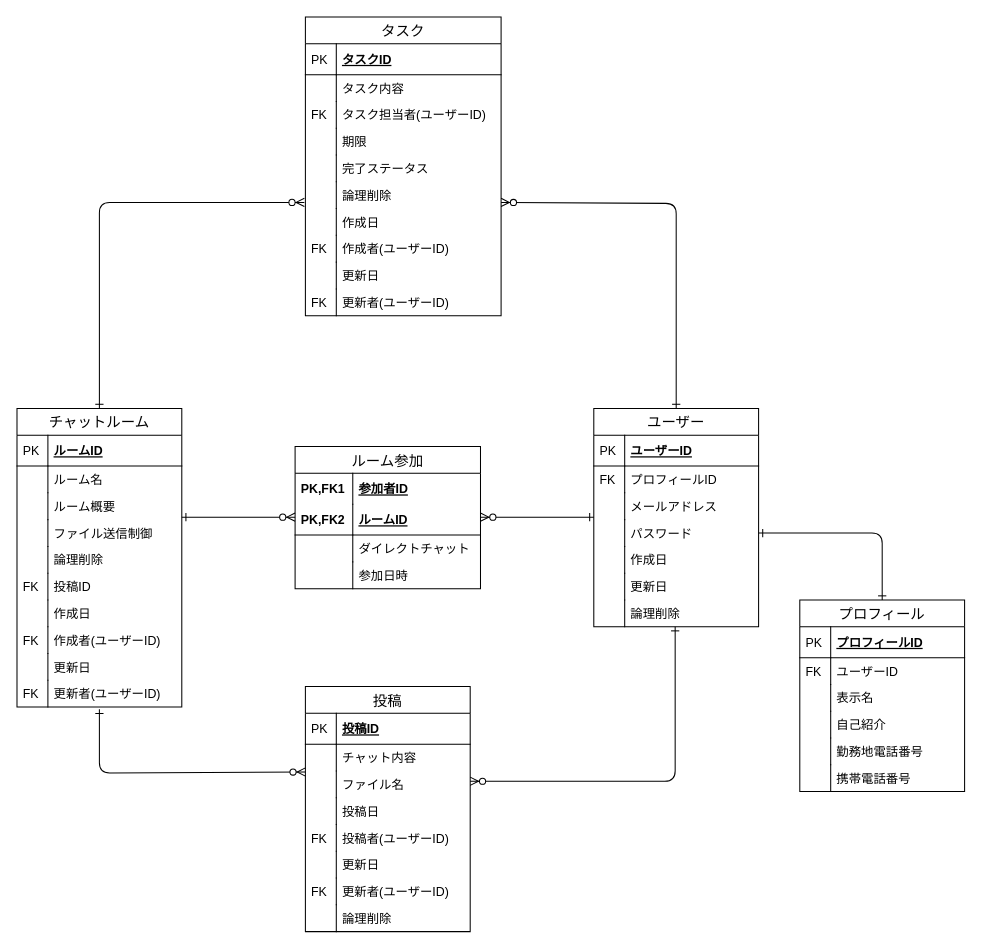
Above: db/db-challenge1/er.drawio in oyoyo55/quelcode-db (draw.io), before the change. Source tidied: cells renumbered, new cells numbered last; positions are measured from the earlier drawing's top-left corner, leaving out a move shared by most shapes. Both pictures are drawn from the tidied source at 103%, with x=0, y=0 at pixel (16, 16).
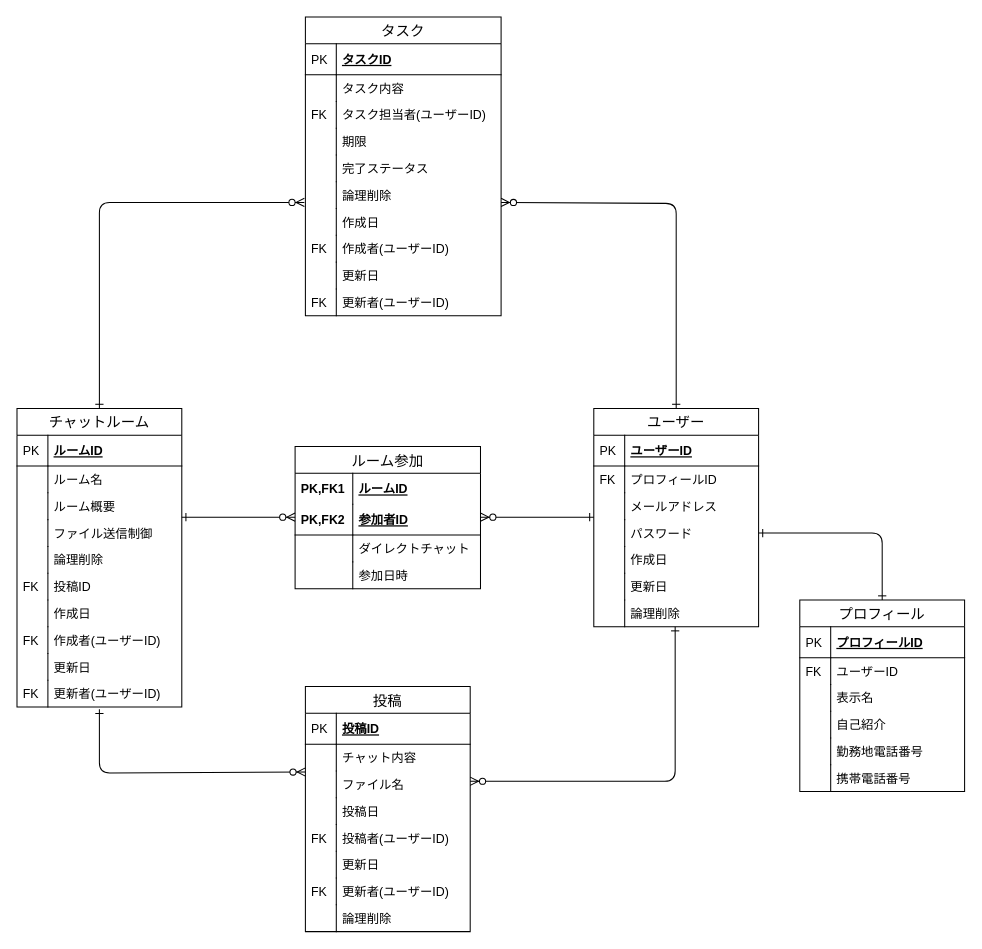
Above is the later version.

Commit message:
ルーム参加テーブルの修正

カラムの順番変更

Unchanged cells that the change refers to:
```xml
<mxCell id="73" value="ルーム参加" style="swimlane;fontStyle=0;horizontal=1;startSize=26;align=center;fontSize=14;" parent="1" vertex="1">
  <mxGeometry x="270" y="417" width="180" height="138" as="geometry" />
</mxCell>
```

What changed in the source:
```diff
@@
-    <mxCell id="74" value="参加者ID" style="shape=partialRectangle;top=0;left=0;right=0;bottom=0;align=left;verticalAlign=middle;fillColor=none;spacingLeft=60;spacingRight=4;overflow=hidden;fontStyle=5;fontSize=12;" parent="73" vertex="1">
+    <mxCell id="74" value="ルームID" style="shape=partialRectangle;top=0;left=0;right=0;bottom=0;align=left;verticalAlign=middle;fillColor=none;spacingLeft=60;spacingRight=4;overflow=hidden;fontStyle=5;fontSize=12;" parent="73" vertex="1">
       <mxGeometry y="26" width="180" height="30" as="geometry" />
     </mxCell>
@@
-    <mxCell id="76" value="ルームID" style="shape=partialRectangle;top=0;left=0;right=0;bottom=1;align=left;verticalAlign=middle;fillColor=none;spacingLeft=60;spacingRight=4;overflow=hidden;fontStyle=5;fontSize=12;" parent="73" vertex="1">
+    <mxCell id="76" value="参加者ID" style="shape=partialRectangle;top=0;left=0;right=0;bottom=1;align=left;verticalAlign=middle;fillColor=none;spacingLeft=60;spacingRight=4;overflow=hidden;fontStyle=5;fontSize=12;" parent="73" vertex="1">
       <mxGeometry y="56" width="180" height="30" as="geometry" />
     </mxCell>
```
